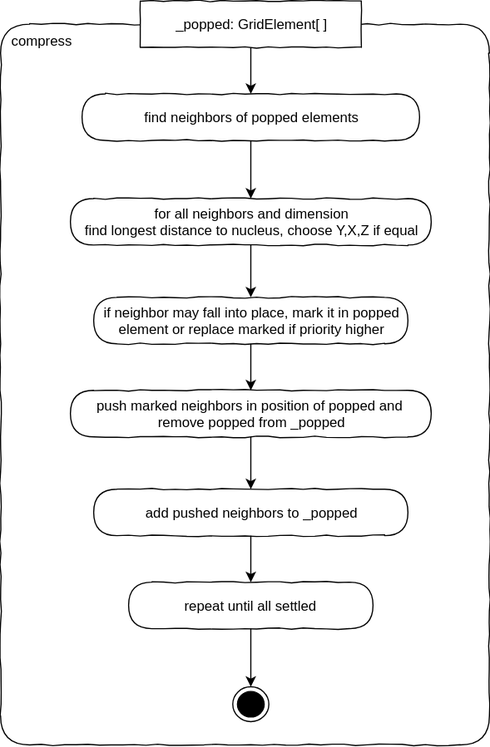
Earlier version of the draw.io export L11_FudgeCraft_Compress/Compress.svg (JirkaDellOro/Prima). Source tidied: cells renumbered, new cells last; positions are measured from the earlier drawing's top-left corner, leaving out a move shared by most shapes.
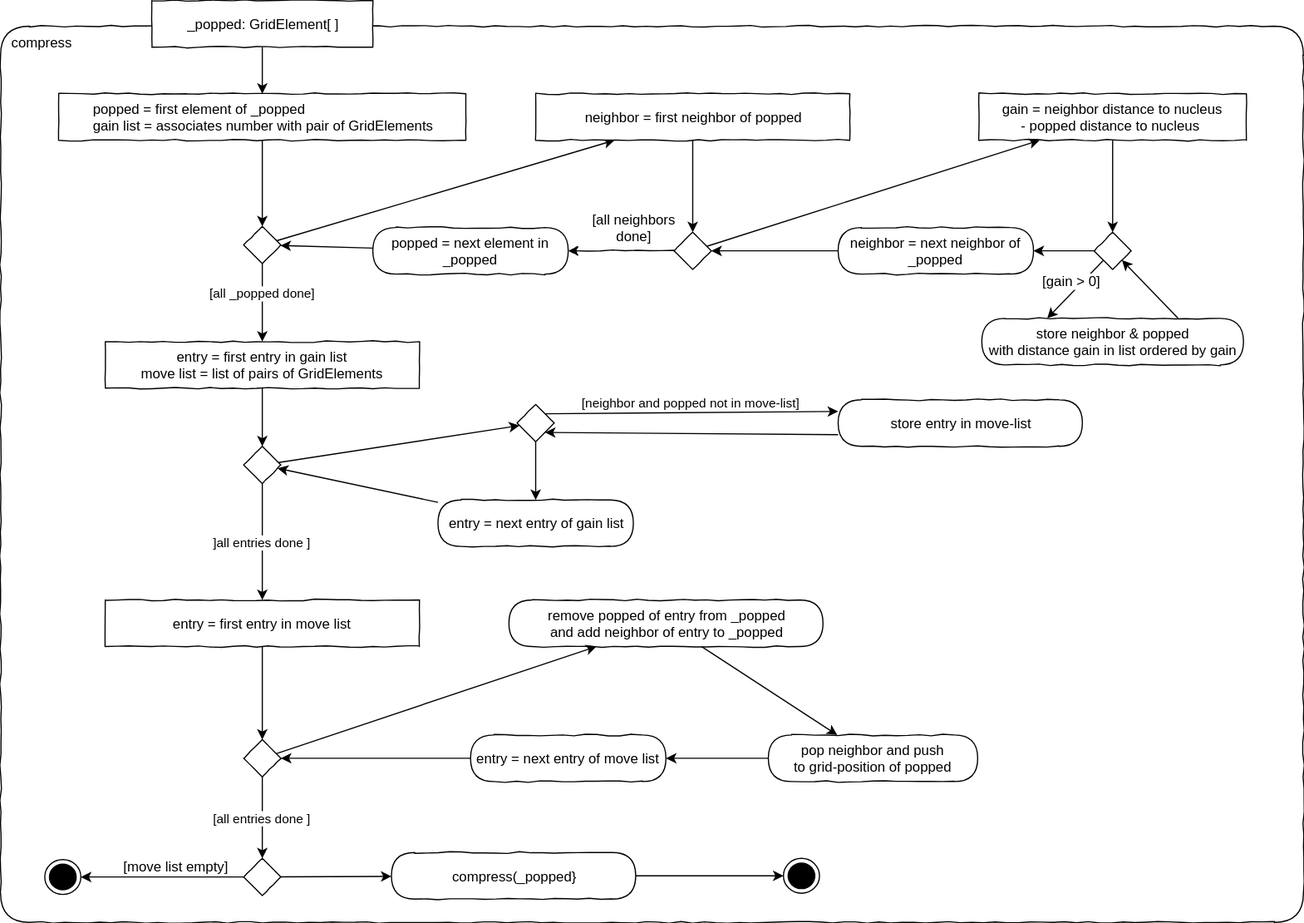
The same diagram one commit later.

Change to the diagram source:
```diff
@@ -3,52 +3,179 @@
     <mxCell id="0" />
     <mxCell id="1" parent="0" />
     <mxCell id="2" value="&lt;div style=&quot;text-align: left&quot;&gt;&amp;nbsp; compress&lt;/div&gt;" style="rounded=1;whiteSpace=wrap;html=1;shadow=0;glass=0;comic=1;strokeColor=#000000;labelPosition=center;verticalLabelPosition=middle;align=left;verticalAlign=top;absoluteArcSize=1;arcSize=50;" parent="1" vertex="1">
-      <mxGeometry y="20" width="420" height="620" as="geometry" />
+      <mxGeometry x="-80" y="-50" width="1120" height="770" as="geometry" />
     </mxCell>
     <mxCell id="3" value="&lt;div style=&quot;text-align: left&quot;&gt;_popped: GridElement[ ]&lt;/div&gt;" style="rounded=0;whiteSpace=wrap;html=1;comic=1;" parent="1" vertex="1">
-      <mxGeometry x="120" width="190" height="40" as="geometry" />
+      <mxGeometry x="50" y="-72" width="190" height="40" as="geometry" />
     </mxCell>
-    <mxCell id="4" style="edgeStyle=orthogonalEdgeStyle;rounded=0;jettySize=auto;html=1;" parent="1" edge="1" source="5" target="7">
+    <mxCell id="4" style="rounded=0;jettySize=auto;html=1;" parent="1" edge="1" source="35" target="7">
       <mxGeometry relative="1" as="geometry" />
     </mxCell>
-    <mxCell id="5" value="&lt;div style=&quot;text-align: left&quot;&gt;find neighbors of popped elements&lt;/div&gt;" style="rounded=1;whiteSpace=wrap;html=1;absoluteArcSize=1;arcSize=50;strokeWidth=1;shadow=0;comic=1;fontFamily=Helvetica;fontSize=12;fontColor=#000000;align=center;strokeColor=#000000;fillColor=#ffffff;" parent="1" vertex="1">
-      <mxGeometry x="70" y="80" width="290" height="40" as="geometry" />
+    <mxCell id="5" value="&lt;div style=&quot;text-align: left&quot;&gt;popped = first element of _popped&amp;nbsp;&lt;/div&gt;&lt;div style=&quot;text-align: left&quot;&gt;gain list = associates number with pair of GridElements&lt;/div&gt;" style="rounded=0;whiteSpace=wrap;html=1;comic=1;shadow=0;fontFamily=Helvetica;fontSize=12;fontColor=#000000;align=center;strokeColor=#000000;strokeWidth=1;fillColor=#ffffff;" parent="1" vertex="1">
+      <mxGeometry x="-30" y="8" width="350" height="40" as="geometry" />
     </mxCell>
     <mxCell id="6" style="edgeStyle=orthogonalEdgeStyle;rounded=0;jettySize=auto;html=1;" parent="1" edge="1" source="3" target="5">
       <mxGeometry relative="1" as="geometry" />
     </mxCell>
-    <mxCell id="7" value="for all neighbors and dimension &lt;br&gt;find longest distance to nucleus, choose Y,X,Z if equal" style="rounded=1;whiteSpace=wrap;html=1;absoluteArcSize=1;arcSize=50;strokeWidth=1;shadow=0;comic=1;" parent="1" vertex="1">
-      <mxGeometry x="60" y="170" width="310" height="40" as="geometry" />
+    <mxCell id="7" value="neighbor = first neighbor of popped" style="rounded=0;whiteSpace=wrap;html=1;comic=1;shadow=0;fontFamily=Helvetica;fontSize=12;fontColor=#000000;align=center;strokeColor=#000000;strokeWidth=1;fillColor=#ffffff;" parent="1" vertex="1">
+      <mxGeometry x="380" y="8" width="270" height="40" as="geometry" />
     </mxCell>
-    <mxCell id="8" value="if neighbor may fall into place, mark it in popped&lt;br&gt;element or replace marked if priority higher" style="rounded=1;whiteSpace=wrap;html=1;absoluteArcSize=1;arcSize=50;strokeWidth=1;shadow=0;comic=1;" parent="1" vertex="1">
-      <mxGeometry x="80" y="255" width="270" height="40" as="geometry" />
-    </mxCell>
-    <mxCell id="9" style="edgeStyle=orthogonalEdgeStyle;rounded=0;jettySize=auto;html=1;" parent="1" edge="1" source="7" target="8">
+    <mxCell id="9" style="rounded=0;jettySize=auto;html=1;entryX=1;entryY=1;entryDx=0;entryDy=0;exitX=0.75;exitY=0;exitDx=0;exitDy=0;" parent="1" edge="1" source="21" target="19">
       <mxGeometry relative="1" as="geometry" />
     </mxCell>
-    <mxCell id="10" value="push marked neighbors in position of popped and&amp;nbsp;&lt;br&gt;remove popped from _popped" style="rounded=1;whiteSpace=wrap;html=1;absoluteArcSize=1;arcSize=50;strokeWidth=1;shadow=0;comic=1;" parent="1" vertex="1">
-      <mxGeometry x="60" y="335" width="310" height="40" as="geometry" />
+    <mxCell id="10" value="pop neighbor and push &lt;br&gt;to grid-position of popped" style="rounded=1;whiteSpace=wrap;html=1;absoluteArcSize=1;arcSize=50;strokeWidth=1;shadow=0;comic=1;" parent="1" vertex="1">
+      <mxGeometry x="580" y="559" width="180" height="40" as="geometry" />
     </mxCell>
-    <mxCell id="11" style="edgeStyle=orthogonalEdgeStyle;rounded=0;jettySize=auto;html=1;" parent="1" edge="1" source="8" target="10">
-      <mxGeometry relative="1" as="geometry" />
-    </mxCell>
-    <mxCell id="12" value="add pushed neighbors to _popped" style="rounded=1;whiteSpace=wrap;html=1;absoluteArcSize=1;arcSize=50;strokeWidth=1;shadow=0;comic=1;" parent="1" vertex="1">
-      <mxGeometry x="80" y="420" width="270" height="40" as="geometry" />
+    <mxCell id="12" value="remove popped of entry from _popped&lt;br&gt;and add neighbor of entry to _popped" style="rounded=1;whiteSpace=wrap;html=1;absoluteArcSize=1;arcSize=50;strokeWidth=1;shadow=0;comic=1;" parent="1" vertex="1">
+      <mxGeometry x="357" y="443" width="270" height="40" as="geometry" />
     </mxCell>
-    <mxCell id="13" style="edgeStyle=orthogonalEdgeStyle;rounded=0;jettySize=auto;html=1;" parent="1" edge="1" source="10" target="12">
+    <mxCell id="13" style="rounded=0;jettySize=auto;html=1;" parent="1" edge="1" source="10" target="52">
       <mxGeometry relative="1" as="geometry" />
     </mxCell>
-    <mxCell id="14" value="repeat until all settled" style="rounded=1;whiteSpace=wrap;html=1;absoluteArcSize=1;arcSize=50;strokeWidth=1;shadow=0;comic=1;" parent="1" vertex="1">
-      <mxGeometry x="110" y="500" width="210" height="40" as="geometry" />
+    <mxCell id="14" value="compress(_popped}" style="rounded=1;whiteSpace=wrap;html=1;absoluteArcSize=1;arcSize=50;strokeWidth=1;shadow=0;comic=1;" parent="1" vertex="1">
+      <mxGeometry x="256" y="660" width="210" height="40" as="geometry" />
     </mxCell>
-    <mxCell id="15" style="edgeStyle=orthogonalEdgeStyle;rounded=0;jettySize=auto;html=1;" parent="1" edge="1" source="12" target="14">
+    <mxCell id="15" style="rounded=0;jettySize=auto;html=1;" parent="1" edge="1" source="12" target="10">
       <mxGeometry relative="1" as="geometry" />
     </mxCell>
     <mxCell id="16" style="ellipse;html=1;shape=endState;fillColor=#000000;strokeColor=#000000;comic=1;" parent="1" vertex="1">
-      <mxGeometry x="199.5" y="590" width="31" height="30" as="geometry" />
+      <mxGeometry x="593" y="665" width="31" height="30" as="geometry" />
     </mxCell>
     <mxCell id="17" style="edgeStyle=orthogonalEdgeStyle;rounded=0;jettySize=auto;html=1;" parent="1" edge="1" source="14" target="16">
       <mxGeometry relative="1" as="geometry" />
     </mxCell>
+    <mxCell id="18" style="rounded=0;jettySize=auto;html=1;" parent="1" edge="1" source="53" target="12">
+      <mxGeometry relative="1" as="geometry" />
+    </mxCell>
+    <mxCell id="19" style="rhombus;whiteSpace=wrap;html=1;rounded=0;shadow=0;glass=0;comic=1;strokeColor=#000000;align=left;" parent="1" vertex="1">
+      <mxGeometry x="860" y="127" width="32" height="32" as="geometry" />
+    </mxCell>
+    <mxCell id="20" style="edgeStyle=orthogonalEdgeStyle;rounded=0;jettySize=auto;html=1;" parent="1" edge="1" source="24" target="19">
+      <mxGeometry relative="1" as="geometry" />
+    </mxCell>
+    <mxCell id="21" value="store neighbor &amp;amp; popped &lt;br&gt;with distance gain in list ordered by gain" style="rounded=1;whiteSpace=wrap;html=1;absoluteArcSize=1;arcSize=50;strokeWidth=1;shadow=0;comic=1;" parent="1" vertex="1">
+      <mxGeometry x="763.5" y="201" width="225" height="40" as="geometry" />
+    </mxCell>
+    <mxCell id="22" style="rounded=0;jettySize=auto;html=1;entryX=0.25;entryY=0;entryDx=0;entryDy=0;" parent="1" edge="1" source="19" target="21">
+      <mxGeometry relative="1" as="geometry" />
+    </mxCell>
+    <mxCell id="23" value="[gain &amp;gt; 0]" style="text;html=1;align=center;verticalAlign=bottom;labelBackgroundColor=#ffffff;" parent="22" vertex="1">
+      <mxGeometry x="0.1" y="-2" relative="1" as="geometry" />
+    </mxCell>
+    <mxCell id="24" value="gain = neighbor distance to nucleus &lt;br&gt;- popped distance to nucleus&amp;nbsp;" style="rounded=0;whiteSpace=wrap;html=1;comic=1;shadow=0;fontFamily=Helvetica;fontSize=12;fontColor=#000000;align=center;strokeColor=#000000;strokeWidth=1;fillColor=#ffffff;" parent="1" vertex="1">
+      <mxGeometry x="761" y="8" width="230" height="40" as="geometry" />
+    </mxCell>
+    <mxCell id="25" style="edgeStyle=orthogonalEdgeStyle;rounded=0;jettySize=auto;html=1;" parent="1" edge="1" source="7" target="41">
+      <mxGeometry relative="1" as="geometry" />
+    </mxCell>
+    <mxCell id="26" value="entry = first entry in gain list&lt;br&gt;move list = list of pairs of GridElements" style="rounded=0;whiteSpace=wrap;html=1;comic=1;shadow=0;fontFamily=Helvetica;fontSize=12;fontColor=#000000;align=center;strokeColor=#000000;strokeWidth=1;fillColor=#ffffff;" parent="1" vertex="1">
+      <mxGeometry x="10" y="221" width="270" height="40" as="geometry" />
+    </mxCell>
+    <mxCell id="27" style="edgeStyle=orthogonalEdgeStyle;rounded=0;jettySize=auto;html=1;" parent="1" edge="1" source="44" target="41">
+      <mxGeometry relative="1" as="geometry" />
+    </mxCell>
+    <mxCell id="28" style="edgeStyle=none;rounded=0;jettySize=auto;html=1;" parent="1" edge="1" source="29" target="50">
+      <mxGeometry relative="1" as="geometry" />
+    </mxCell>
+    <mxCell id="29" style="rhombus;whiteSpace=wrap;html=1;rounded=0;shadow=0;glass=0;comic=1;strokeColor=#000000;align=left;" parent="1" vertex="1">
+      <mxGeometry x="364" y="275" width="32" height="32" as="geometry" />
+    </mxCell>
+    <mxCell id="30" style="edgeStyle=orthogonalEdgeStyle;rounded=0;jettySize=auto;html=1;" parent="1" edge="1" source="26" target="48">
+      <mxGeometry relative="1" as="geometry" />
+    </mxCell>
+    <mxCell id="31" style="edgeStyle=none;rounded=0;jettySize=auto;html=1;entryX=1;entryY=1;entryDx=0;entryDy=0;exitX=0;exitY=0.75;exitDx=0;exitDy=0;" parent="1" edge="1" source="32" target="29">
+      <mxGeometry relative="1" as="geometry" />
+    </mxCell>
+    <mxCell id="32" value="store entry in move-list" style="rounded=1;whiteSpace=wrap;html=1;absoluteArcSize=1;arcSize=50;strokeWidth=1;shadow=0;comic=1;" parent="1" vertex="1">
+      <mxGeometry x="640" y="271" width="210" height="40" as="geometry" />
+    </mxCell>
+    <mxCell id="33" value="[neighbor and popped not in move-list]" style="edgeStyle=none;rounded=0;jettySize=auto;html=1;verticalAlign=bottom;entryX=0;entryY=0.25;entryDx=0;entryDy=0;exitX=1;exitY=0;exitDx=0;exitDy=0;" parent="1" edge="1" source="29" target="32">
+      <mxGeometry relative="1" as="geometry" />
+    </mxCell>
+    <mxCell id="34" value="entry = first entry in move list" style="rounded=0;whiteSpace=wrap;html=1;comic=1;shadow=0;fontFamily=Helvetica;fontSize=12;fontColor=#000000;align=center;strokeColor=#000000;strokeWidth=1;fillColor=#ffffff;" parent="1" vertex="1">
+      <mxGeometry x="10" y="443" width="270" height="40" as="geometry" />
+    </mxCell>
+    <mxCell id="35" style="rhombus;whiteSpace=wrap;html=1;rounded=0;shadow=0;glass=0;comic=1;strokeColor=#000000;align=left;" parent="1" vertex="1">
+      <mxGeometry x="129" y="122" width="32" height="32" as="geometry" />
+    </mxCell>
+    <mxCell id="36" style="edgeStyle=none;rounded=0;jettySize=auto;html=1;" parent="1" edge="1" source="5" target="35">
+      <mxGeometry relative="1" as="geometry" />
+    </mxCell>
+    <mxCell id="37" value="[all _popped done]" style="edgeStyle=none;rounded=0;jettySize=auto;html=1;verticalAlign=bottom;" parent="1" edge="1" source="35" target="26">
+      <mxGeometry relative="1" as="geometry" />
+    </mxCell>
+    <mxCell id="38" style="edgeStyle=none;rounded=0;jettySize=auto;html=1;" parent="1" edge="1" source="39" target="35">
+      <mxGeometry relative="1" as="geometry" />
+    </mxCell>
+    <mxCell id="39" value="popped = next element in _popped" style="rounded=1;whiteSpace=wrap;html=1;absoluteArcSize=1;arcSize=50;strokeWidth=1;shadow=0;comic=1;" parent="1" vertex="1">
+      <mxGeometry x="240" y="123" width="168" height="40" as="geometry" />
+    </mxCell>
+    <mxCell id="40" style="edgeStyle=none;rounded=0;jettySize=auto;html=1;" parent="1" edge="1" source="41" target="24">
+      <mxGeometry relative="1" as="geometry" />
+    </mxCell>
+    <mxCell id="41" style="rhombus;whiteSpace=wrap;html=1;rounded=0;shadow=0;glass=0;comic=1;strokeColor=#000000;align=left;" parent="1" vertex="1">
+      <mxGeometry x="499" y="127" width="32" height="32" as="geometry" />
+    </mxCell>
+    <mxCell id="42" style="rounded=0;html=1;jettySize=auto;comic=1;" parent="1" edge="1" source="41" target="39">
+      <mxGeometry relative="1" as="geometry" />
+    </mxCell>
+    <mxCell id="43" value="[all neighbors&lt;br&gt;done]" style="text;html=1;align=center;verticalAlign=bottom;labelBackgroundColor=#ffffff;" parent="42" vertex="1">
+      <mxGeometry x="-0.77" y="3" relative="1" as="geometry">
+        <mxPoint x="-24" y="-8" as="offset" />
+      </mxGeometry>
+    </mxCell>
+    <mxCell id="44" value="neighbor = next neighbor of _popped" style="rounded=1;whiteSpace=wrap;html=1;absoluteArcSize=1;arcSize=50;strokeWidth=1;shadow=0;comic=1;" parent="1" vertex="1">
+      <mxGeometry x="640" y="123" width="168" height="40" as="geometry" />
+    </mxCell>
+    <mxCell id="45" style="edgeStyle=orthogonalEdgeStyle;rounded=0;jettySize=auto;html=1;" parent="1" edge="1" source="19" target="44">
+      <mxGeometry relative="1" as="geometry" />
+    </mxCell>
+    <mxCell id="46" value="]all entries done ]" style="edgeStyle=none;rounded=0;jettySize=auto;html=1;" parent="1" edge="1" source="48" target="34">
+      <mxGeometry relative="1" as="geometry" />
+    </mxCell>
+    <mxCell id="47" style="edgeStyle=none;rounded=0;jettySize=auto;html=1;" parent="1" edge="1" source="48" target="29">
+      <mxGeometry relative="1" as="geometry" />
+    </mxCell>
+    <mxCell id="48" style="rhombus;whiteSpace=wrap;html=1;rounded=0;shadow=0;glass=0;comic=1;strokeColor=#000000;align=left;" parent="1" vertex="1">
+      <mxGeometry x="129" y="311" width="32" height="32" as="geometry" />
+    </mxCell>
+    <mxCell id="49" style="edgeStyle=none;rounded=0;jettySize=auto;html=1;" parent="1" edge="1" source="50" target="48">
+      <mxGeometry relative="1" as="geometry" />
+    </mxCell>
+    <mxCell id="50" value="entry = next entry of gain list" style="rounded=1;whiteSpace=wrap;html=1;absoluteArcSize=1;arcSize=50;strokeWidth=1;shadow=0;comic=1;" parent="1" vertex="1">
+      <mxGeometry x="296" y="357" width="168" height="40" as="geometry" />
+    </mxCell>
+    <mxCell id="51" style="edgeStyle=none;rounded=0;jettySize=auto;html=1;" parent="1" edge="1" source="52" target="53">
+      <mxGeometry relative="1" as="geometry" />
+    </mxCell>
+    <mxCell id="52" value="entry = next entry of move list" style="rounded=1;whiteSpace=wrap;html=1;absoluteArcSize=1;arcSize=50;strokeWidth=1;shadow=0;comic=1;" parent="1" vertex="1">
+      <mxGeometry x="324" y="559" width="168" height="40" as="geometry" />
+    </mxCell>
+    <mxCell id="53" style="rhombus;whiteSpace=wrap;html=1;rounded=0;shadow=0;glass=0;comic=1;strokeColor=#000000;align=left;" parent="1" vertex="1">
+      <mxGeometry x="129" y="563" width="32" height="32" as="geometry" />
+    </mxCell>
+    <mxCell id="54" style="edgeStyle=none;rounded=0;jettySize=auto;html=1;" parent="1" edge="1" source="34" target="53">
+      <mxGeometry relative="1" as="geometry" />
+    </mxCell>
+    <mxCell id="55" value="[all entries done ]" style="edgeStyle=none;rounded=0;jettySize=auto;html=1;" parent="1" edge="1" source="53" target="57">
+      <mxGeometry relative="1" as="geometry" />
+    </mxCell>
+    <mxCell id="56" style="edgeStyle=none;rounded=0;jettySize=auto;html=1;" parent="1" edge="1" source="57" target="14">
+      <mxGeometry relative="1" as="geometry" />
+    </mxCell>
+    <mxCell id="57" style="rhombus;whiteSpace=wrap;html=1;rounded=0;shadow=0;glass=0;comic=1;strokeColor=#000000;align=left;" parent="1" vertex="1">
+      <mxGeometry x="129" y="665" width="32" height="32" as="geometry" />
+    </mxCell>
+    <mxCell id="58" style="ellipse;html=1;shape=endState;fillColor=#000000;strokeColor=#000000;comic=1;" parent="1" vertex="1">
+      <mxGeometry x="-42" y="666" width="31" height="30" as="geometry" />
+    </mxCell>
+    <mxCell id="59" style="edgeStyle=none;rounded=0;jettySize=auto;html=1;" parent="1" edge="1" source="57" target="58">
+      <mxGeometry relative="1" as="geometry" />
+    </mxCell>
+    <mxCell id="60" value="[move list empty]" style="text;html=1;align=center;verticalAlign=bottom;labelBackgroundColor=#ffffff;" parent="59" vertex="1">
+      <mxGeometry x="-0.66" y="1" relative="1" as="geometry">
+        <mxPoint x="-35" y="-2" as="offset" />
+      </mxGeometry>
+    </mxCell>
   </root>
 </mxGraphModel>
```
